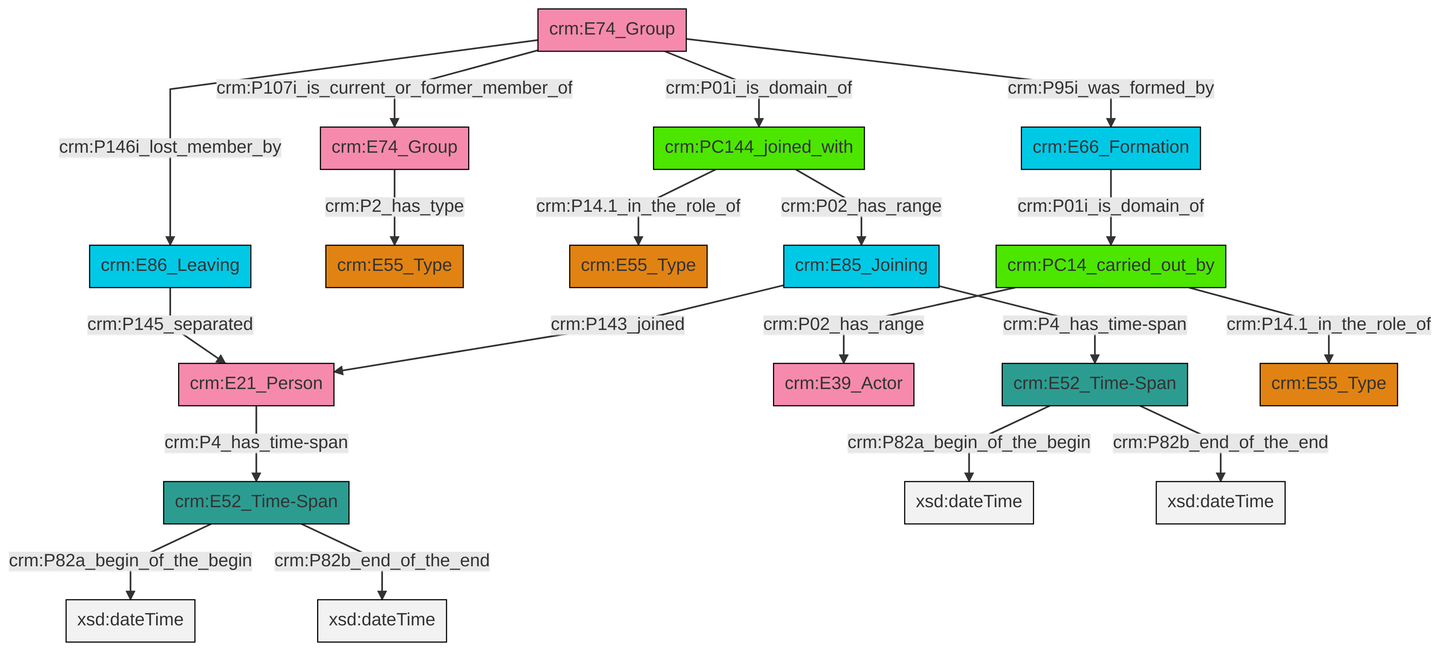
swiss-art-research-net/reference-data-models keeps this Mermaid diagram as et/groupCSV/ttl/mmd/png/group_actor_relations.png. Above is the earlier version. Its source is kept beside it as et/groupCSV/ttl/mmd/group_actor_relations.ttl.mmd.
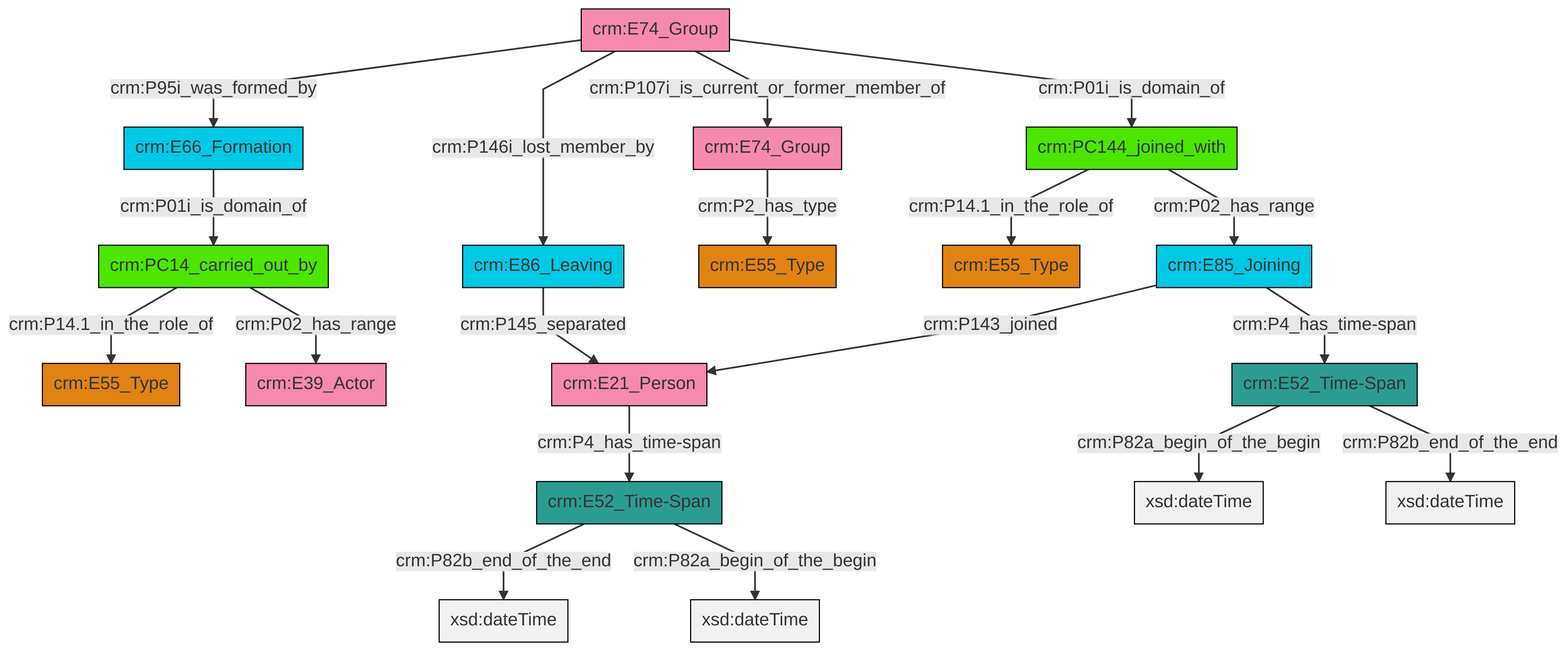
After the commit.

Diff of the diagram source:
```diff
@@ -13,21 +13,21 @@
 classDef PC_Classes fill:#4ce600, stroke:#000000;
 classDef Multi fill:#cccccc,stroke:#000000;
 
-0["crm:E85_Joining"]:::Temporal_Entity -->|crm:P143_joined| 1["crm:E21_Person"]:::Actor
-10["crm:E74_Group"]:::Actor -->|crm:P107i_is_current_or_former_member_of| 2["crm:E74_Group"]:::Actor
-11["crm:E52_Time-Span"]:::Time-Span -->|crm:P82a_begin_of_the_begin| 12[xsd:dateTime]:::Literal
-13["crm:PC144_joined_with"]:::PC_Classes -->|crm:P14.1_in_the_role_of| 14["crm:E55_Type"]:::Type
-1["crm:E21_Person"]:::Actor -->|crm:P4_has_time-span| 4["crm:E52_Time-Span"]:::Time-Span
-10["crm:E74_Group"]:::Actor -->|crm:P146i_lost_member_by| 16["crm:E86_Leaving"]:::Temporal_Entity
-17["crm:PC14_carried_out_by"]:::PC_Classes -->|crm:P02_has_range| 6["crm:E39_Actor"]:::Actor
-4["crm:E52_Time-Span"]:::Time-Span -->|crm:P82a_begin_of_the_begin| 18[xsd:dateTime]:::Literal
-10["crm:E74_Group"]:::Actor -->|crm:P95i_was_formed_by| 25["crm:E66_Formation"]:::Temporal_Entity
-13["crm:PC144_joined_with"]:::PC_Classes -->|crm:P02_has_range| 0["crm:E85_Joining"]:::Temporal_Entity
-0["crm:E85_Joining"]:::Temporal_Entity -->|crm:P4_has_time-span| 11["crm:E52_Time-Span"]:::Time-Span
-2["crm:E74_Group"]:::Actor -->|crm:P2_has_type| 8["crm:E55_Type"]:::Type
-4["crm:E52_Time-Span"]:::Time-Span -->|crm:P82b_end_of_the_end| 29[xsd:dateTime]:::Literal
-16["crm:E86_Leaving"]:::Temporal_Entity -->|crm:P145_separated| 1["crm:E21_Person"]:::Actor
-10["crm:E74_Group"]:::Actor -->|crm:P01i_is_domain_of| 13["crm:PC144_joined_with"]:::PC_Classes
-25["crm:E66_Formation"]:::Temporal_Entity -->|crm:P01i_is_domain_of| 17["crm:PC14_carried_out_by"]:::PC_Classes
-11["crm:E52_Time-Span"]:::Time-Span -->|crm:P82b_end_of_the_end| 33[xsd:dateTime]:::Literal
-17["crm:PC14_carried_out_by"]:::PC_Classes -->|crm:P14.1_in_the_role_of| 27["crm:E55_Type"]:::Type
+0["crm:E74_Group"]:::Actor -->|crm:P2_has_type| 1["crm:E55_Type"]:::Type
+4["crm:PC144_joined_with"]:::PC_Classes -->|crm:P14.1_in_the_role_of| 5["crm:E55_Type"]:::Type
+6["crm:E74_Group"]:::Actor -->|crm:P95i_was_formed_by| 7["crm:E66_Formation"]:::Temporal_Entity
+7["crm:E66_Formation"]:::Temporal_Entity -->|crm:P01i_is_domain_of| 13["crm:PC14_carried_out_by"]:::PC_Classes
+4["crm:PC144_joined_with"]:::PC_Classes -->|crm:P02_has_range| 14["crm:E85_Joining"]:::Temporal_Entity
+16["crm:E52_Time-Span"]:::Time-Span -->|crm:P82b_end_of_the_end| 17[xsd:dateTime]:::Literal
+14["crm:E85_Joining"]:::Temporal_Entity -->|crm:P143_joined| 20["crm:E21_Person"]:::Actor
+20["crm:E21_Person"]:::Actor -->|crm:P4_has_time-span| 16["crm:E52_Time-Span"]:::Time-Span
+6["crm:E74_Group"]:::Actor -->|crm:P146i_lost_member_by| 2["crm:E86_Leaving"]:::Temporal_Entity
+2["crm:E86_Leaving"]:::Temporal_Entity -->|crm:P145_separated| 20["crm:E21_Person"]:::Actor
+6["crm:E74_Group"]:::Actor -->|crm:P107i_is_current_or_former_member_of| 0["crm:E74_Group"]:::Actor
+13["crm:PC14_carried_out_by"]:::PC_Classes -->|crm:P14.1_in_the_role_of| 8["crm:E55_Type"]:::Type
+6["crm:E74_Group"]:::Actor -->|crm:P01i_is_domain_of| 4["crm:PC144_joined_with"]:::PC_Classes
+16["crm:E52_Time-Span"]:::Time-Span -->|crm:P82a_begin_of_the_begin| 27[xsd:dateTime]:::Literal
+29["crm:E52_Time-Span"]:::Time-Span -->|crm:P82a_begin_of_the_begin| 31[xsd:dateTime]:::Literal
+14["crm:E85_Joining"]:::Temporal_Entity -->|crm:P4_has_time-span| 29["crm:E52_Time-Span"]:::Time-Span
+13["crm:PC14_carried_out_by"]:::PC_Classes -->|crm:P02_has_range| 10["crm:E39_Actor"]:::Actor
+29["crm:E52_Time-Span"]:::Time-Span -->|crm:P82b_end_of_the_end| 33[xsd:dateTime]:::Literal
```
